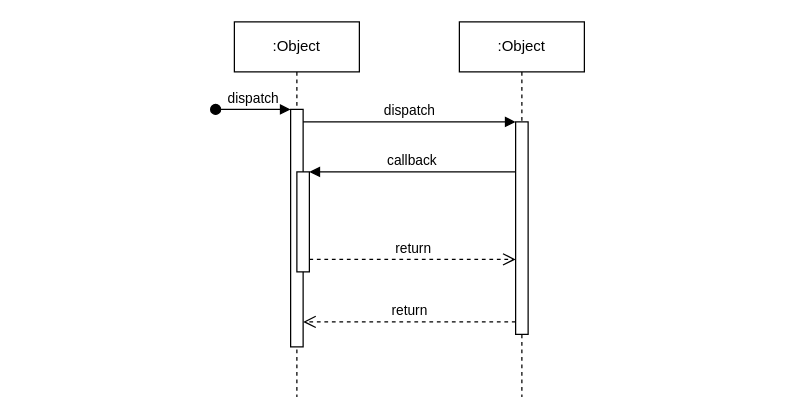
This is Untitled Diagram.drawio from even1113/--, a draw.io file, before an edit. Source tidied: cells renumbered, new cells numbered last; positions are measured from the earlier drawing's top-left corner, leaving out a move shared by most shapes. Both pictures are drawn from the tidied source at 125%, with x=0, y=0 at pixel (215, 21).
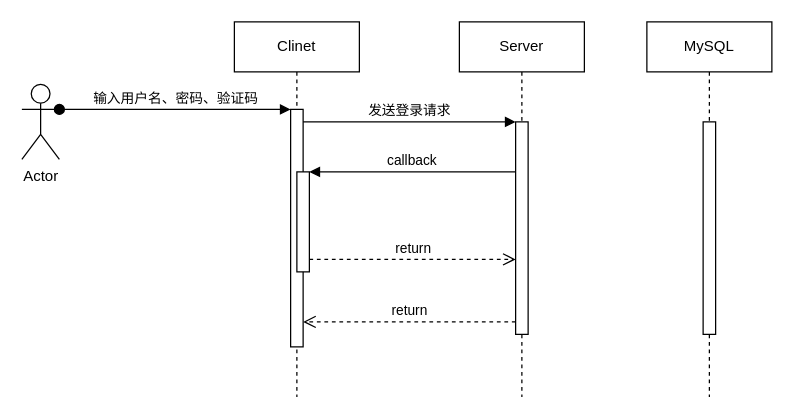
After the change.

Unchanged cells that the change refers to:
```xml
<mxCell id="3" style="html=1;points=[];perimeter=orthogonalPerimeter;outlineConnect=0;targetShapes=umlLifeline;portConstraint=eastwest;newEdgeStyle={&quot;edgeStyle&quot;:&quot;elbowEdgeStyle&quot;,&quot;elbow&quot;:&quot;vertical&quot;,&quot;curved&quot;:0,&quot;rounded&quot;:0};" parent="2" vertex="1">
  <mxGeometry x="45" y="70" width="10" height="190" as="geometry" />
</mxCell>
<mxCell id="7" style="html=1;points=[];perimeter=orthogonalPerimeter;outlineConnect=0;targetShapes=umlLifeline;portConstraint=eastwest;newEdgeStyle={&quot;edgeStyle&quot;:&quot;elbowEdgeStyle&quot;,&quot;elbow&quot;:&quot;vertical&quot;,&quot;curved&quot;:0,&quot;rounded&quot;:0};" parent="6" vertex="1">
  <mxGeometry x="45" y="80" width="10" height="170" as="geometry" />
</mxCell>
```

Diff of the diagram source:
```diff
@@
-    <mxCell id="2" value=":Object" style="shape=umlLifeline;perimeter=lifelinePerimeter;whiteSpace=wrap;html=1;newEdgeStyle={&quot;edgeStyle&quot;:&quot;elbowEdgeStyle&quot;,&quot;elbow&quot;:&quot;vertical&quot;,&quot;curved&quot;:0,&quot;rounded&quot;:0};" parent="1" vertex="1">
+    <mxCell id="2" value="Clinet" style="shape=umlLifeline;perimeter=lifelinePerimeter;whiteSpace=wrap;html=1;newEdgeStyle={&quot;edgeStyle&quot;:&quot;elbowEdgeStyle&quot;,&quot;elbow&quot;:&quot;vertical&quot;,&quot;curved&quot;:0,&quot;rounded&quot;:0};" parent="1" vertex="1">
       <mxGeometry x="15" width="100" height="300" as="geometry" />
     </mxCell>
@@
-    <mxCell id="4" value="dispatch" style="html=1;verticalAlign=bottom;startArrow=oval;endArrow=block;startSize=8;edgeStyle=elbowEdgeStyle;elbow=vertical;curved=0;rounded=0;" parent="2" edge="1" target="3">
-      <mxGeometry relative="1" as="geometry">
-        <mxPoint x="-15" y="70" as="sourcePoint" />
-      </mxGeometry>
-    </mxCell>
@@
-    <mxCell id="6" value=":Object" style="shape=umlLifeline;perimeter=lifelinePerimeter;whiteSpace=wrap;html=1;newEdgeStyle={&quot;edgeStyle&quot;:&quot;elbowEdgeStyle&quot;,&quot;elbow&quot;:&quot;vertical&quot;,&quot;curved&quot;:0,&quot;rounded&quot;:0};" parent="1" vertex="1">
+    <mxCell id="6" value="Server" style="shape=umlLifeline;perimeter=lifelinePerimeter;whiteSpace=wrap;html=1;newEdgeStyle={&quot;edgeStyle&quot;:&quot;elbowEdgeStyle&quot;,&quot;elbow&quot;:&quot;vertical&quot;,&quot;curved&quot;:0,&quot;rounded&quot;:0};" parent="1" vertex="1">
       <mxGeometry x="195" width="100" height="300" as="geometry" />
     </mxCell>
@@
-    <mxCell id="8" value="dispatch" style="html=1;verticalAlign=bottom;endArrow=block;edgeStyle=elbowEdgeStyle;elbow=vertical;curved=0;rounded=0;" parent="1" edge="1" source="3" target="7">
+    <mxCell id="8" value="发送登录请求" style="html=1;verticalAlign=bottom;endArrow=block;edgeStyle=elbowEdgeStyle;elbow=vertical;curved=0;rounded=0;" parent="1" edge="1" source="3" target="7">
       <mxGeometry relative="1" as="geometry">
         <Array as="points">
           <mxPoint x="155" y="80" />
         </Array>
       </mxGeometry>
     </mxCell>
@@
+    <mxCell id="12" value="Actor" style="shape=umlActor;verticalLabelPosition=bottom;verticalAlign=top;html=1;outlineConnect=0;" parent="1" vertex="1">
+      <mxGeometry x="-155" y="50" width="30" height="60" as="geometry" />
+    </mxCell>
+    <mxCell id="4" value="输入用户名、密码、验证码" style="html=1;verticalAlign=bottom;startArrow=oval;endArrow=block;startSize=8;edgeStyle=elbowEdgeStyle;elbow=vertical;curved=0;rounded=0;exitX=1;exitY=0.3333333333333333;exitDx=0;exitDy=0;exitPerimeter=0;" parent="1" edge="1" source="12" target="3">
+      <mxGeometry relative="1" as="geometry" />
+    </mxCell>
+    <mxCell id="13" value="MySQL" style="shape=umlLifeline;perimeter=lifelinePerimeter;whiteSpace=wrap;html=1;newEdgeStyle={&quot;edgeStyle&quot;:&quot;elbowEdgeStyle&quot;,&quot;elbow&quot;:&quot;vertical&quot;,&quot;curved&quot;:0,&quot;rounded&quot;:0};" parent="1" vertex="1">
+      <mxGeometry x="345" width="100" height="300" as="geometry" />
+    </mxCell>
+    <mxCell id="14" style="html=1;perimeter=orthogonalPerimeter;targetShapes=umlLifeline;newEdgeStyle={&quot;edgeStyle&quot;:&quot;elbowEdgeStyle&quot;,&quot;elbow&quot;:&quot;vertical&quot;,&quot;curved&quot;:0,&quot;rounded&quot;:0};" parent="13" vertex="1">
+      <mxGeometry x="45" y="80" width="10" height="170" as="geometry" />
+    </mxCell>
```
